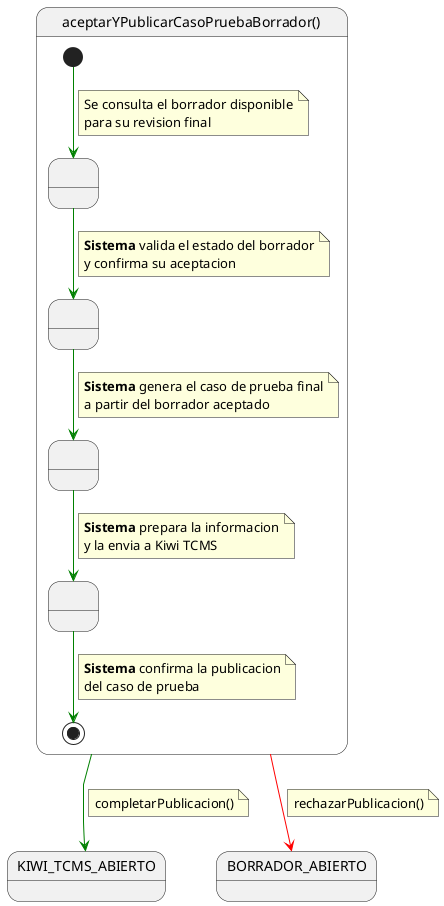
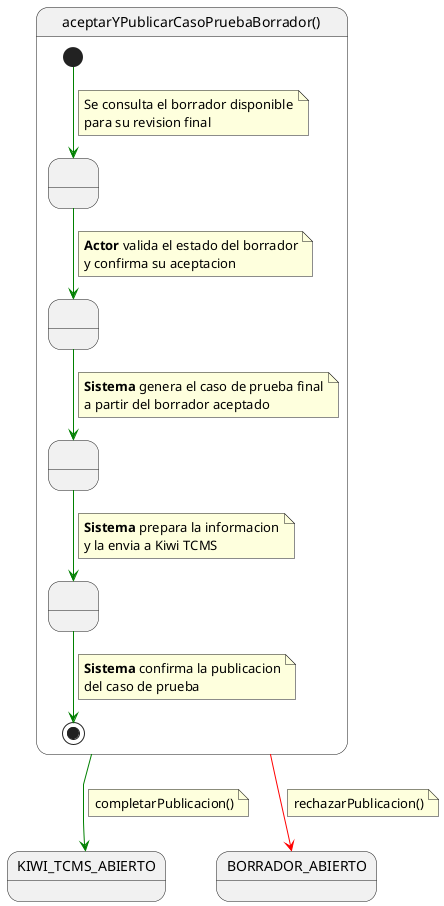
@startuml AceptarYPublicarCasoPruebaBorrador

skinparam linetype polyline

state aceptarYPublicarCasoPruebaBorrador as "aceptarYPublicarCasoPruebaBorrador()" {

    state " " as ConsultandoBorrador
    state " " as AceptandoBorrador
    state " " as TransformandoCaso
    state " " as PublicandoEnKiwi

    [*] -[#green]-> ConsultandoBorrador
    note on link
    Se consulta el borrador disponible
    para su revision final
    end note

    ConsultandoBorrador -[#green]-> AceptandoBorrador
    note on link
-     <b>Sistema</b> valida el estado del borrador
+     <b>Actor</b> valida el estado del borrador
    y confirma su aceptacion
    end note

    AceptandoBorrador -[#green]-> TransformandoCaso
    note on link
    <b>Sistema</b> genera el caso de prueba final
    a partir del borrador aceptado
    end note

    TransformandoCaso -[#green]-> PublicandoEnKiwi
    note on link
    <b>Sistema</b> prepara la informacion
    y la envia a Kiwi TCMS
    end note

    PublicandoEnKiwi -[#green]-> [*]
    note on link
    <b>Sistema</b> confirma la publicacion
    del caso de prueba
    end note
}

aceptarYPublicarCasoPruebaBorrador -[#green]-> KIWI_TCMS_ABIERTO
note on link
completarPublicacion()
end note

aceptarYPublicarCasoPruebaBorrador -[#red]-> BORRADOR_ABIERTO
note on link
rechazarPublicacion()
end note

@enduml
